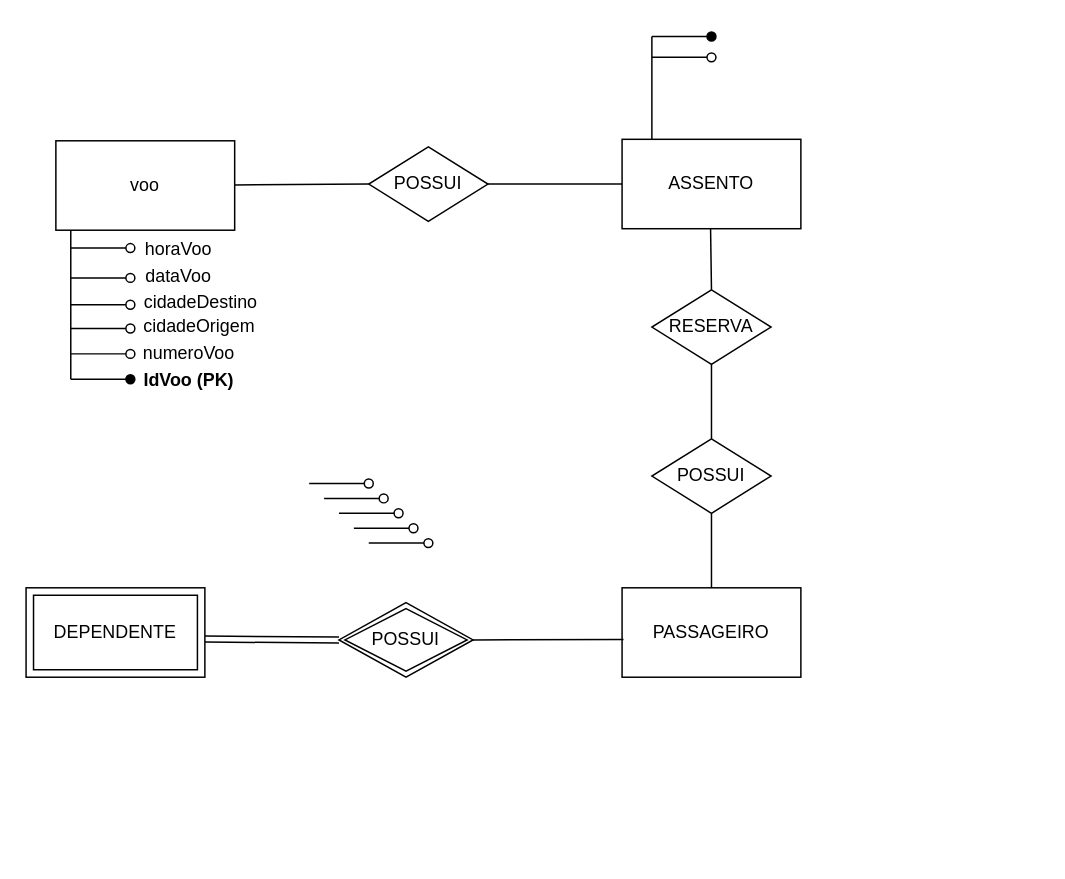
This is TrabalhoBancoDeDadosUninterMER.drawio from RenataMCardoso/TrabalhoBancoDeDadosUninter, a draw.io file, before an edit. Source tidied: cells renumbered, new cells numbered last; positions are measured from the earlier drawing's top-left corner, leaving out a move shared by most shapes. Both pictures are drawn from the tidied source at 149%, with x=0, y=0 at pixel (25, 36).
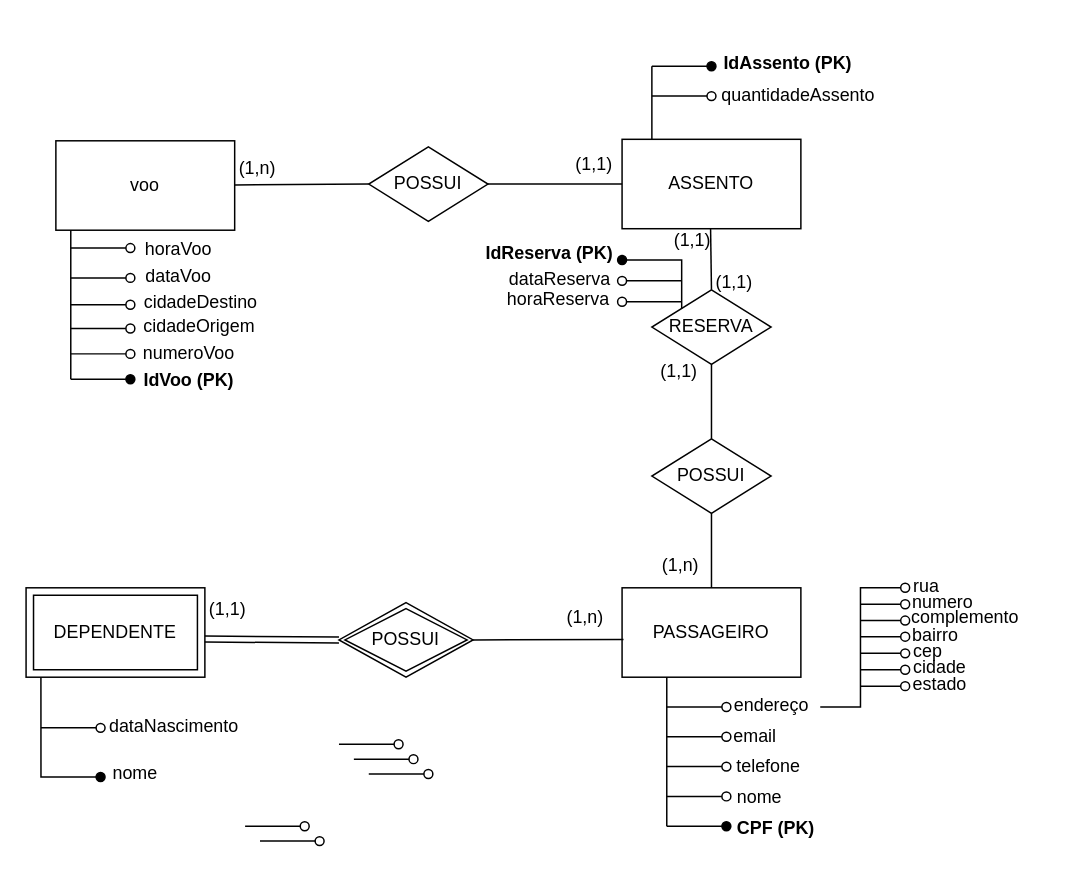
The same page after the edit.

The change refers to these unchanged cells:
```xml
<mxCell id="25" value="RESERVA" style="rhombus;whiteSpace=wrap;html=1;" parent="1" vertex="1">
  <mxGeometry x="420" y="170" width="80" height="50" as="geometry" />
</mxCell>
<mxCell id="28" value="DEPENDENTE" style="shape=ext;margin=3;double=1;whiteSpace=wrap;html=1;align=center;" parent="1" vertex="1">
  <mxGeometry y="370" width="120" height="60" as="geometry" />
</mxCell>
```

What changed in the source:
```diff
@@
     <mxCell id="9" style="endArrow=oval;html=1;rounded=0;endFill=0;" parent="1" edge="1">
       <mxGeometry relative="1" as="geometry">
-        <mxPoint x="420" y="14" as="sourcePoint" />
-        <mxPoint x="460" y="14" as="targetPoint" />
+        <mxPoint x="420" y="40" as="sourcePoint" />
+        <mxPoint x="460" y="40" as="targetPoint" />
       </mxGeometry>
     </mxCell>
     <mxCell id="10" style="endArrow=oval;html=1;rounded=0;endFill=0;" parent="1" edge="1">
       <mxGeometry relative="1" as="geometry">
-        <mxPoint x="190" y="300" as="sourcePoint" />
-        <mxPoint x="230" y="300" as="targetPoint" />
+        <mxPoint x="440" y="164" as="sourcePoint" />
+        <mxPoint x="400" y="164" as="targetPoint" />
       </mxGeometry>
     </mxCell>
     <mxCell id="11" style="endArrow=oval;html=1;rounded=0;endFill=0;" parent="1" edge="1">
       <mxGeometry relative="1" as="geometry">
-        <mxPoint x="200" y="310" as="sourcePoint" />
-        <mxPoint x="240" y="310" as="targetPoint" />
+        <mxPoint x="430" y="450" as="sourcePoint" />
+        <mxPoint x="470" y="450" as="targetPoint" />
       </mxGeometry>
     </mxCell>
     <mxCell id="12" style="endArrow=oval;html=1;rounded=0;endFill=0;" parent="1" edge="1">
       <mxGeometry relative="1" as="geometry">
-        <mxPoint x="210" y="320" as="sourcePoint" />
-        <mxPoint x="250" y="320" as="targetPoint" />
+        <mxPoint x="430" y="470" as="sourcePoint" />
+        <mxPoint x="470" y="470" as="targetPoint" />
       </mxGeometry>
     </mxCell>
     <mxCell id="13" style="endArrow=oval;html=1;rounded=0;endFill=0;" parent="1" edge="1">
       <mxGeometry relative="1" as="geometry">
-        <mxPoint x="220" y="330" as="sourcePoint" />
-        <mxPoint x="260" y="330" as="targetPoint" />
+        <mxPoint x="430" y="490" as="sourcePoint" />
+        <mxPoint x="470" y="490" as="targetPoint" />
       </mxGeometry>
     </mxCell>
     <mxCell id="14" style="endArrow=oval;html=1;rounded=0;endFill=0;" parent="1" edge="1">
       <mxGeometry relative="1" as="geometry">
-        <mxPoint x="230" y="340" as="sourcePoint" />
-        <mxPoint x="270" y="340" as="targetPoint" />
+        <mxPoint x="430" y="510" as="sourcePoint" />
+        <mxPoint x="470" y="510" as="targetPoint" />
       </mxGeometry>
     </mxCell>
@@
     <mxCell id="37" style="endArrow=none;html=1;rounded=0;" parent="1" edge="1">
       <mxGeometry relative="1" as="geometry">
         <mxPoint x="420" y="69" as="sourcePoint" />
-        <mxPoint x="420" as="targetPoint" />
+        <mxPoint x="420" y="20" as="targetPoint" />
       </mxGeometry>
     </mxCell>
     <mxCell id="38" style="endArrow=oval;html=1;rounded=0;endFill=1;" parent="1" edge="1">
       <mxGeometry relative="1" as="geometry">
-        <mxPoint x="420" as="sourcePoint" />
-        <mxPoint x="460" as="targetPoint" />
+        <mxPoint x="420" y="20" as="sourcePoint" />
+        <mxPoint x="460" y="20" as="targetPoint" />
       </mxGeometry>
     </mxCell>
+    <mxCell id="39" value="IdAssento (PK)" style="text;html=1;align=center;verticalAlign=middle;strokeColor=none;fillColor=none;fontStyle=1;" parent="1" vertex="1">
+      <mxGeometry x="456" y="3" width="110" height="30" as="geometry" />
+    </mxCell>
+    <mxCell id="40" value="quantidadeAssento" style="text;html=1;align=center;verticalAlign=middle;strokeColor=none;fillColor=none;fontStyle=0;" parent="1" vertex="1">
+      <mxGeometry x="453" y="25" width="130" height="30" as="geometry" />
+    </mxCell>
+    <mxCell id="41" style="endArrow=oval;html=1;rounded=0;endFill=1;exitX=0;exitY=0;exitDx=0;exitDy=0;" parent="1" edge="1" source="25">
+      <mxGeometry relative="1" as="geometry">
+        <mxPoint x="400" y="150" as="targetPoint" />
+        <Array as="points">
+          <mxPoint x="440" y="150" />
+        </Array>
+      </mxGeometry>
+    </mxCell>
+    <mxCell id="42" style="endArrow=oval;html=1;rounded=0;endFill=0;" parent="1" edge="1">
+      <mxGeometry relative="1" as="geometry">
+        <mxPoint x="440" y="178" as="sourcePoint" />
+        <mxPoint x="400" y="178" as="targetPoint" />
+      </mxGeometry>
+    </mxCell>
+    <mxCell id="43" value="IdReserva (PK)" style="text;html=1;align=center;verticalAlign=middle;strokeColor=none;fillColor=none;fontStyle=1;" parent="1" vertex="1">
+      <mxGeometry x="296" y="131" width="110" height="30" as="geometry" />
+    </mxCell>
+    <mxCell id="44" value="dataReserva" style="text;html=1;align=center;verticalAlign=middle;strokeColor=none;fillColor=none;fontStyle=0;" parent="1" vertex="1">
+      <mxGeometry x="313" y="148" width="90" height="30" as="geometry" />
+    </mxCell>
+    <mxCell id="45" value="horaReserva" style="text;html=1;align=center;verticalAlign=middle;strokeColor=none;fillColor=none;fontStyle=0;" parent="1" vertex="1">
+      <mxGeometry x="312" y="162" width="90" height="30" as="geometry" />
+    </mxCell>
+    <mxCell id="46" style="endArrow=none;html=1;rounded=0;" parent="1" edge="1">
+      <mxGeometry relative="1" as="geometry">
+        <mxPoint x="430" y="530" as="sourcePoint" />
+        <mxPoint x="430" y="430" as="targetPoint" />
+      </mxGeometry>
+    </mxCell>
+    <mxCell id="47" style="endArrow=oval;html=1;rounded=0;endFill=1;" parent="1" edge="1">
+      <mxGeometry relative="1" as="geometry">
+        <mxPoint x="430" y="530" as="sourcePoint" />
+        <mxPoint x="470" y="530" as="targetPoint" />
+      </mxGeometry>
+    </mxCell>
+    <mxCell id="48" style="endArrow=oval;html=1;rounded=0;endFill=0;" parent="1" edge="1">
+      <mxGeometry relative="1" as="geometry">
+        <mxPoint x="210" y="475" as="sourcePoint" />
+        <mxPoint x="250" y="475" as="targetPoint" />
+      </mxGeometry>
+    </mxCell>
+    <mxCell id="49" style="endArrow=oval;html=1;rounded=0;endFill=0;" parent="1" edge="1">
+      <mxGeometry relative="1" as="geometry">
+        <mxPoint x="10" y="464" as="sourcePoint" />
+        <mxPoint x="50" y="464" as="targetPoint" />
+      </mxGeometry>
+    </mxCell>
+    <mxCell id="50" style="endArrow=oval;html=1;rounded=0;endFill=0;" parent="1" edge="1">
+      <mxGeometry relative="1" as="geometry">
+        <mxPoint x="147" y="530" as="sourcePoint" />
+        <mxPoint x="187" y="530" as="targetPoint" />
+      </mxGeometry>
+    </mxCell>
+    <mxCell id="51" style="endArrow=oval;html=1;rounded=0;endFill=0;" parent="1" edge="1">
+      <mxGeometry relative="1" as="geometry">
+        <mxPoint x="157" y="540" as="sourcePoint" />
+        <mxPoint x="197" y="540" as="targetPoint" />
+      </mxGeometry>
+    </mxCell>
+    <mxCell id="52" value="CPF (PK)" style="text;html=1;align=center;verticalAlign=middle;strokeColor=none;fillColor=none;fontStyle=1;" parent="1" vertex="1">
+      <mxGeometry x="463" y="517" width="80" height="30" as="geometry" />
+    </mxCell>
+    <mxCell id="53" value="nome" style="text;html=1;align=center;verticalAlign=middle;strokeColor=none;fillColor=none;" parent="1" vertex="1">
+      <mxGeometry x="467" y="496" width="50" height="30" as="geometry" />
+    </mxCell>
+    <mxCell id="54" value="telefone" style="text;html=1;align=center;verticalAlign=middle;strokeColor=none;fillColor=none;" parent="1" vertex="1">
+      <mxGeometry x="463" y="475" width="70" height="30" as="geometry" />
+    </mxCell>
+    <mxCell id="55" value="email" style="text;html=1;align=center;verticalAlign=middle;strokeColor=none;fillColor=none;" parent="1" vertex="1">
+      <mxGeometry x="464" y="455" width="50" height="30" as="geometry" />
+    </mxCell>
+    <mxCell id="56" value="endereço" style="text;html=1;align=center;verticalAlign=middle;strokeColor=none;fillColor=none;" parent="1" vertex="1">
+      <mxGeometry x="465" y="434" width="70" height="30" as="geometry" />
+    </mxCell>
+    <mxCell id="57" style="endArrow=oval;html=1;rounded=0;endFill=0;" parent="1" edge="1">
+      <mxGeometry relative="1" as="geometry">
+        <mxPoint x="533" y="450" as="sourcePoint" />
+        <mxPoint x="590" y="370" as="targetPoint" />
+        <Array as="points">
+          <mxPoint x="560" y="450" />
+          <mxPoint x="560" y="370" />
+        </Array>
+      </mxGeometry>
+    </mxCell>
+    <mxCell id="58" value="rua" style="text;html=1;align=center;verticalAlign=middle;strokeColor=none;fillColor=none;" parent="1" vertex="1">
+      <mxGeometry x="584" y="354" width="40" height="30" as="geometry" />
+    </mxCell>
+    <mxCell id="59" style="endArrow=oval;html=1;rounded=0;endFill=0;" parent="1" edge="1">
+      <mxGeometry relative="1" as="geometry">
+        <mxPoint x="220" y="485" as="sourcePoint" />
+        <mxPoint x="260" y="485" as="targetPoint" />
+      </mxGeometry>
+    </mxCell>
+    <mxCell id="60" style="endArrow=oval;html=1;rounded=0;endFill=0;" parent="1" edge="1">
+      <mxGeometry relative="1" as="geometry">
+        <mxPoint x="230" y="495" as="sourcePoint" />
+        <mxPoint x="270" y="495" as="targetPoint" />
+      </mxGeometry>
+    </mxCell>
+    <mxCell id="61" style="endArrow=oval;html=1;rounded=0;endFill=0;" parent="1" edge="1">
+      <mxGeometry relative="1" as="geometry">
+        <mxPoint x="560" y="392" as="sourcePoint" />
+        <mxPoint x="590" y="392" as="targetPoint" />
+      </mxGeometry>
+    </mxCell>
+    <mxCell id="62" style="endArrow=oval;html=1;rounded=0;endFill=0;" parent="1" edge="1">
+      <mxGeometry relative="1" as="geometry">
+        <mxPoint x="560" y="402.8" as="sourcePoint" />
+        <mxPoint x="590" y="402.8" as="targetPoint" />
+      </mxGeometry>
+    </mxCell>
+    <mxCell id="63" style="endArrow=oval;html=1;rounded=0;endFill=0;" parent="1" edge="1">
+      <mxGeometry relative="1" as="geometry">
+        <mxPoint x="560" y="414" as="sourcePoint" />
+        <mxPoint x="590" y="414" as="targetPoint" />
+      </mxGeometry>
+    </mxCell>
+    <mxCell id="64" style="endArrow=oval;html=1;rounded=0;endFill=0;" parent="1" edge="1">
+      <mxGeometry relative="1" as="geometry">
+        <mxPoint x="560" y="425" as="sourcePoint" />
+        <mxPoint x="590" y="425" as="targetPoint" />
+      </mxGeometry>
+    </mxCell>
+    <mxCell id="65" style="endArrow=oval;html=1;rounded=0;endFill=0;" parent="1" edge="1">
+      <mxGeometry relative="1" as="geometry">
+        <mxPoint x="560" y="436" as="sourcePoint" />
+        <mxPoint x="590" y="436" as="targetPoint" />
+      </mxGeometry>
+    </mxCell>
+    <mxCell id="66" style="endArrow=oval;html=1;rounded=0;endFill=0;" parent="1" edge="1">
+      <mxGeometry relative="1" as="geometry">
+        <mxPoint x="560" y="381" as="sourcePoint" />
+        <mxPoint x="590" y="381" as="targetPoint" />
+      </mxGeometry>
+    </mxCell>
+    <mxCell id="67" value="numero" style="text;html=1;align=center;verticalAlign=middle;strokeColor=none;fillColor=none;" parent="1" vertex="1">
+      <mxGeometry x="585" y="365" width="60" height="30" as="geometry" />
+    </mxCell>
+    <mxCell id="68" value="complemento" style="text;html=1;align=center;verticalAlign=middle;strokeColor=none;fillColor=none;" parent="1" vertex="1">
+      <mxGeometry x="580" y="375" width="100" height="30" as="geometry" />
+    </mxCell>
+    <mxCell id="69" value="bairro" style="text;html=1;align=center;verticalAlign=middle;strokeColor=none;fillColor=none;" parent="1" vertex="1">
+      <mxGeometry x="585" y="387" width="50" height="30" as="geometry" />
+    </mxCell>
+    <mxCell id="70" value="cep" style="text;html=1;align=center;verticalAlign=middle;strokeColor=none;fillColor=none;" parent="1" vertex="1">
+      <mxGeometry x="585" y="398" width="40" height="30" as="geometry" />
+    </mxCell>
+    <mxCell id="71" value="cidade" style="text;html=1;align=center;verticalAlign=middle;strokeColor=none;fillColor=none;" parent="1" vertex="1">
+      <mxGeometry x="583" y="409" width="60" height="30" as="geometry" />
+    </mxCell>
+    <mxCell id="72" value="estado" style="text;html=1;align=center;verticalAlign=middle;strokeColor=none;fillColor=none;" parent="1" vertex="1">
+      <mxGeometry x="583" y="420" width="60" height="30" as="geometry" />
+    </mxCell>
+    <mxCell id="73" style="endArrow=oval;html=1;rounded=0;endFill=1;exitX=0.083;exitY=1;exitDx=0;exitDy=0;exitPerimeter=0;" parent="1" edge="1" source="28">
+      <mxGeometry relative="1" as="geometry">
+        <mxPoint x="50" y="497" as="targetPoint" />
+        <Array as="points">
+          <mxPoint x="10" y="497" />
+        </Array>
+      </mxGeometry>
+    </mxCell>
+    <mxCell id="74" value="nome" style="text;html=1;align=center;verticalAlign=middle;strokeColor=none;fillColor=none;" parent="1" vertex="1">
+      <mxGeometry x="48" y="480" width="50" height="30" as="geometry" />
+    </mxCell>
+    <mxCell id="75" value="dataNascimento" style="text;html=1;align=center;verticalAlign=middle;strokeColor=none;fillColor=none;" parent="1" vertex="1">
+      <mxGeometry x="44" y="448" width="110" height="30" as="geometry" />
+    </mxCell>
+    <mxCell id="76" value="(1,n)" style="text;html=1;align=center;verticalAlign=middle;strokeColor=none;fillColor=none;" parent="1" vertex="1">
+      <mxGeometry x="350" y="375" width="50" height="30" as="geometry" />
+    </mxCell>
+    <mxCell id="77" value="(1,1)" style="text;html=1;align=center;verticalAlign=middle;strokeColor=none;fillColor=none;" parent="1" vertex="1">
+      <mxGeometry x="110" y="370" width="50" height="30" as="geometry" />
+    </mxCell>
+    <mxCell id="78" value="(1,n)" style="text;html=1;align=center;verticalAlign=middle;strokeColor=none;fillColor=none;" parent="1" vertex="1">
+      <mxGeometry x="414" y="340" width="50" height="30" as="geometry" />
+    </mxCell>
+    <mxCell id="79" value="(1,1)" style="text;html=1;align=center;verticalAlign=middle;strokeColor=none;fillColor=none;" parent="1" vertex="1">
+      <mxGeometry x="413" y="210" width="50" height="30" as="geometry" />
+    </mxCell>
+    <mxCell id="80" value="(1,1)" style="text;html=1;align=center;verticalAlign=middle;strokeColor=none;fillColor=none;" parent="1" vertex="1">
+      <mxGeometry x="422" y="122" width="50" height="30" as="geometry" />
+    </mxCell>
+    <mxCell id="81" value="(1,1)" style="text;html=1;align=center;verticalAlign=middle;strokeColor=none;fillColor=none;" parent="1" vertex="1">
+      <mxGeometry x="450" y="150" width="50" height="30" as="geometry" />
+    </mxCell>
+    <mxCell id="82" value="(1,n)" style="text;html=1;align=center;verticalAlign=middle;strokeColor=none;fillColor=none;" parent="1" vertex="1">
+      <mxGeometry x="130" y="74" width="50" height="30" as="geometry" />
+    </mxCell>
+    <mxCell id="83" value="(1,1)" style="text;html=1;align=center;verticalAlign=middle;strokeColor=none;fillColor=none;" parent="1" vertex="1">
+      <mxGeometry x="356" y="71" width="50" height="30" as="geometry" />
+    </mxCell>
```
